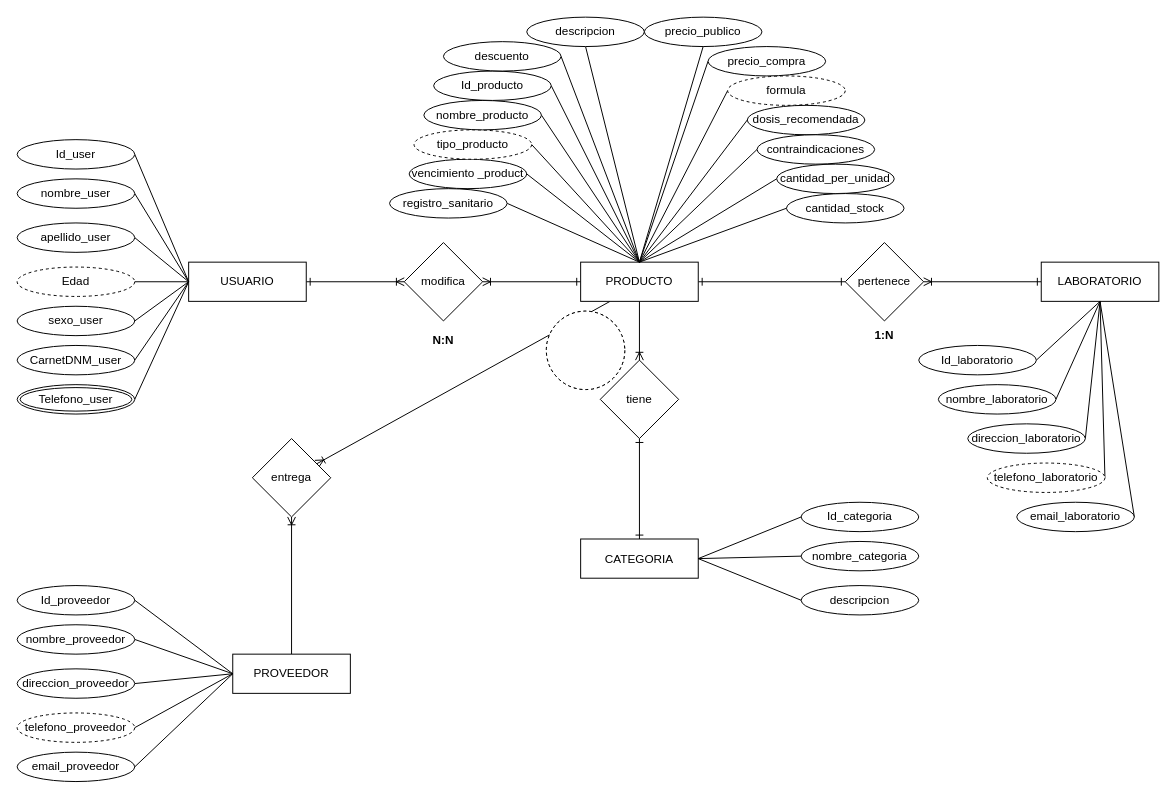
This is Primer Esquema..drawio from Javolee/Inventario, a draw.io file, before an edit. Source tidied: cells renumbered, new cells numbered last; positions are measured from the earlier drawing's top-left corner, leaving out a move shared by most shapes. Both pictures are drawn from the tidied source at 98%, with x=0, y=0 at pixel (17, 17).
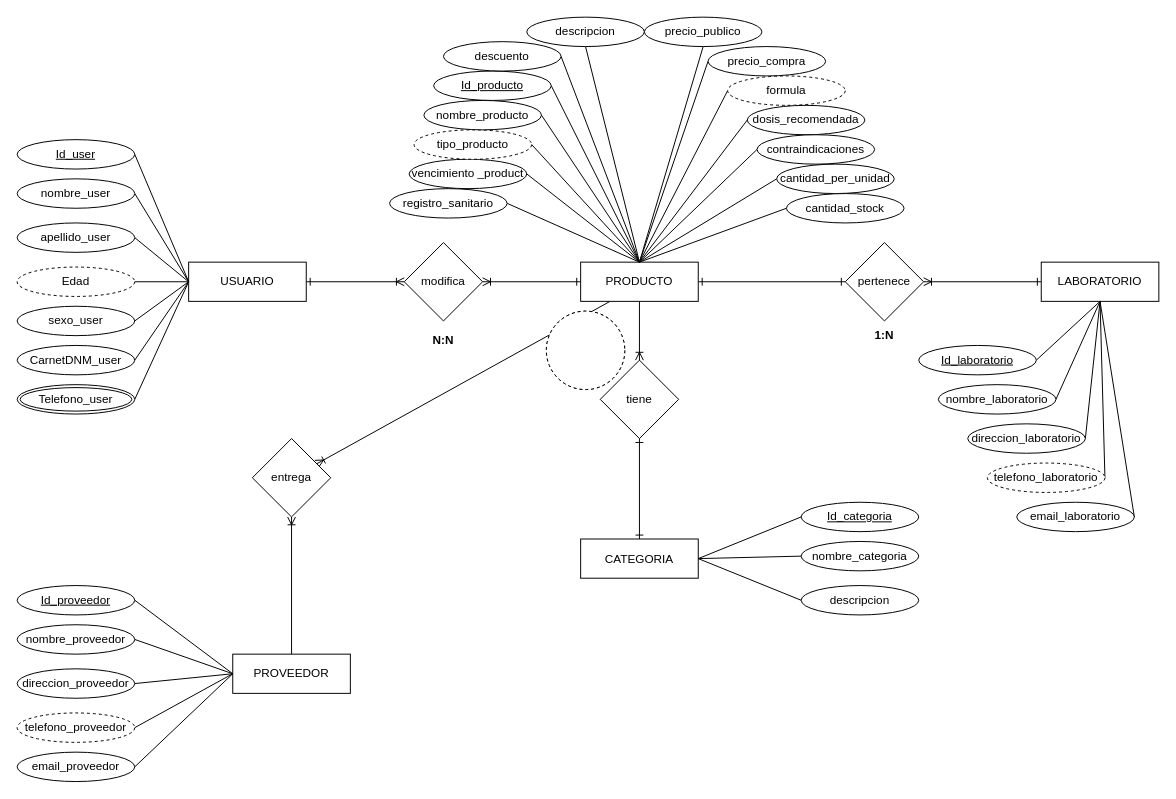
After the change.

Change to the diagram source:
```diff
@@
-    <mxCell id="28" value="Id_user" style="ellipse;whiteSpace=wrap;html=1;" parent="1" vertex="1">
+    <mxCell id="28" value="Id_user" style="ellipse;whiteSpace=wrap;html=1;fontStyle=4;" parent="1" vertex="1">
       <mxGeometry y="125" width="120" height="30" as="geometry" />
     </mxCell>
@@
-    <mxCell id="38" value="Id_proveedor" style="ellipse;whiteSpace=wrap;html=1;" parent="1" vertex="1">
+    <mxCell id="38" value="Id_proveedor" style="ellipse;whiteSpace=wrap;html=1;fontStyle=4;" parent="1" vertex="1">
       <mxGeometry y="580" width="120" height="30" as="geometry" />
     </mxCell>
@@
-    <mxCell id="48" value="Id_laboratorio" style="ellipse;whiteSpace=wrap;html=1;" parent="1" vertex="1">
+    <mxCell id="48" value="Id_laboratorio" style="ellipse;whiteSpace=wrap;html=1;fontStyle=4;" parent="1" vertex="1">
       <mxGeometry x="920" y="335" width="120" height="30" as="geometry" />
     </mxCell>
@@
-    <mxCell id="58" value="Id_producto" style="ellipse;whiteSpace=wrap;html=1;" parent="1" vertex="1">
+    <mxCell id="58" value="Id_producto" style="ellipse;whiteSpace=wrap;html=1;fontStyle=4;" parent="1" vertex="1">
       <mxGeometry x="425" y="55" width="120" height="30" as="geometry" />
     </mxCell>
@@
-    <mxCell id="85" value="Id_categoria" style="ellipse;whiteSpace=wrap;html=1;" parent="1" vertex="1">
+    <mxCell id="85" value="Id_categoria" style="ellipse;whiteSpace=wrap;html=1;fontStyle=4;" parent="1" vertex="1">
       <mxGeometry x="800" y="495" width="120" height="30" as="geometry" />
     </mxCell>
```
